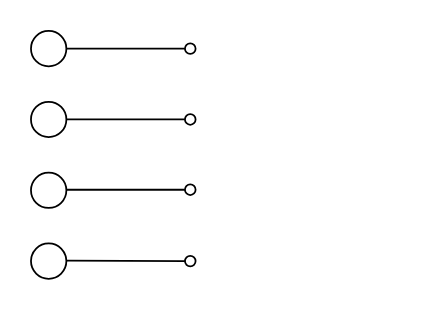
Earlier version of the draw.io diagram Untitled Diagram.drawio (upholdjd/timelines). Source tidied: cells renumbered, new cells numbered last; positions are measured from the earlier drawing's top-left corner, leaving out a move shared by most shapes. Both pictures are drawn from the tidied source at 177%, with x=0, y=0 at pixel (30, 30).
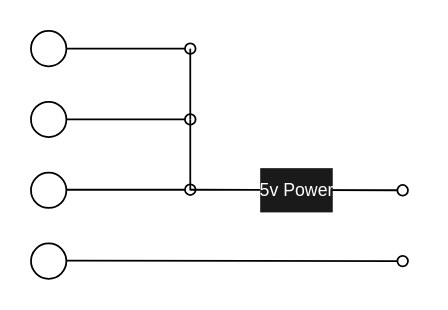
The same diagram, later.

What changed in the source:
```diff
@@
     <mxCell id="9" style="rounded=0;orthogonalLoop=1;jettySize=auto;html=1;endArrow=oval;endFill=0;" parent="1" edge="1">
       <mxGeometry relative="1" as="geometry">
         <mxPoint x="20" y="129.7" as="sourcePoint" />
-        <mxPoint x="90" y="130" as="targetPoint" />
+        <mxPoint x="210" y="130" as="targetPoint" />
       </mxGeometry>
     </mxCell>
+    <mxCell id="10" style="endArrow=none;html=1;rounded=0;" parent="1" edge="1">
+      <mxGeometry relative="1" as="geometry">
+        <mxPoint x="90" y="50" as="sourcePoint" />
+        <mxPoint x="90" y="10" as="targetPoint" />
+      </mxGeometry>
+    </mxCell>
+    <mxCell id="11" style="endArrow=none;html=1;rounded=0;" parent="1" edge="1">
+      <mxGeometry relative="1" as="geometry">
+        <mxPoint x="90" y="90" as="sourcePoint" />
+        <mxPoint x="90" y="50" as="targetPoint" />
+      </mxGeometry>
+    </mxCell>
+    <mxCell id="12" style="rounded=0;orthogonalLoop=1;jettySize=auto;html=1;endArrow=oval;endFill=0;" parent="1" edge="1">
+      <mxGeometry relative="1" as="geometry">
+        <mxPoint x="90" y="89.7" as="sourcePoint" />
+        <mxPoint x="210" y="90" as="targetPoint" />
+      </mxGeometry>
+    </mxCell>
+    <mxCell id="13" value="&lt;p style=&quot;line-height: 50%; font-size: 10px;&quot;&gt;&lt;font color=&quot;#ffffff&quot; style=&quot;font-size: 10px;&quot;&gt;5v Power&lt;/font&gt;&lt;/p&gt;" style="edgeLabel;html=1;align=center;verticalAlign=middle;labelBackgroundColor=#1A1A1A;spacing=2;spacingTop=0;spacingLeft=0;fontSize=10;fixedWidth=1;" parent="12" vertex="1">
+      <mxGeometry x="0.52" relative="1" as="geometry">
+        <mxPoint x="-31" as="offset" />
+      </mxGeometry>
+    </mxCell>
```
